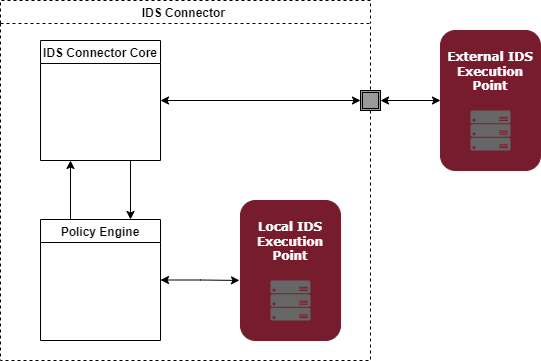
This is documentation/4_Perspectives_of_the_Reference_Architecture_Model/4_1_Security_Perspective/media/Context-information-and-execution-point-PXP.drawio.png from International-Data-Spaces-Association/IDS-RAM_4_0, a draw.io export, as it was before one commit. Source tidied: cells renumbered, new cells last; positions are measured from the earlier drawing's top-left corner, leaving out a move shared by most shapes.
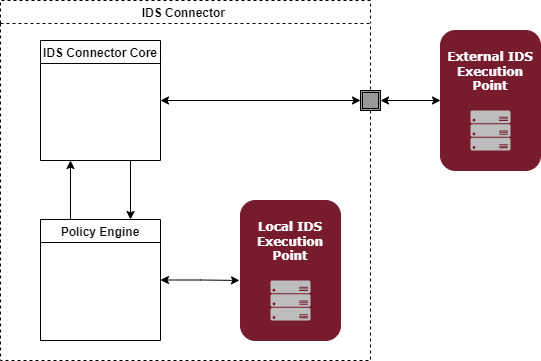
Later version of the same file.

Change to the diagram source:
```diff
@@ -23,7 +23,7 @@
     <mxCell id="8" value="&lt;b style=&quot;color: rgb(255 , 255 , 255) ; font-family: &amp;#34;verdana&amp;#34;&quot;&gt;&lt;font style=&quot;font-size: 12px&quot;&gt;Local IDS Execution Point&lt;br&gt;&lt;br&gt;&lt;br&gt;&lt;br&gt;&lt;br&gt;&lt;/font&gt;&lt;/b&gt;" style="rounded=1;whiteSpace=wrap;html=1;fillColor=#771C2C;strokeColor=#771C2C;" parent="3" vertex="1">
       <mxGeometry x="240" y="200" width="100" height="140" as="geometry" />
     </mxCell>
-    <mxCell id="9" style="sketch=0;shadow=0;dashed=0;html=1;strokeColor=none;labelPosition=center;verticalLabelPosition=bottom;verticalAlign=top;align=center;fillColor=#666666;shape=mxgraph.azure.server_rack;" parent="3" vertex="1">
+    <mxCell id="9" style="sketch=0;shadow=0;dashed=0;html=1;strokeColor=none;labelPosition=center;verticalLabelPosition=bottom;verticalAlign=top;align=center;fillColor=#BDBDBD;shape=mxgraph.azure.server_rack;" parent="3" vertex="1">
       <mxGeometry x="270" y="280" width="40" height="40" as="geometry" />
     </mxCell>
     <mxCell id="10" style="edgeStyle=orthogonalEdgeStyle;rounded=0;jettySize=auto;html=1;exitX=1;exitY=0.5;exitDx=0;exitDy=0;startArrow=classic;startFill=1;entryX=-0.01;entryY=0.571;entryDx=0;entryDy=0;entryPerimeter=0;" parent="3" edge="1" source="5" target="8">
@@ -41,7 +41,7 @@
     <mxCell id="14" style="edgeStyle=orthogonalEdgeStyle;rounded=0;jettySize=auto;html=1;exitX=1;exitY=0.5;exitDx=0;exitDy=0;startArrow=classic;startFill=1;endArrow=classic;entryX=0;entryY=0.5;entryDx=0;entryDy=0;endFill=1;" parent="1" edge="1" source="12" target="2">
       <mxGeometry relative="1" as="geometry" />
     </mxCell>
-    <mxCell id="15" style="sketch=0;shadow=0;dashed=0;html=1;strokeColor=none;labelPosition=center;verticalLabelPosition=bottom;verticalAlign=top;align=center;fillColor=#666666;shape=mxgraph.azure.server_rack;" parent="1" vertex="1">
+    <mxCell id="15" style="sketch=0;shadow=0;dashed=0;html=1;strokeColor=none;labelPosition=center;verticalLabelPosition=bottom;verticalAlign=top;align=center;fillColor=#BDBDBD;shape=mxgraph.azure.server_rack;" parent="1" vertex="1">
       <mxGeometry x="470" y="110" width="40" height="40" as="geometry" />
     </mxCell>
   </root>
```
